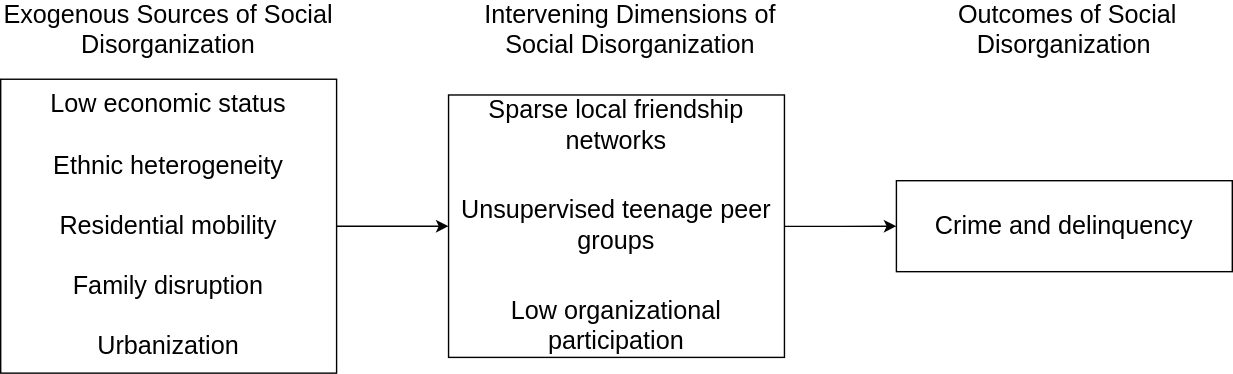
Before: assests/sampson_grover_causal_model.svg, a diagram exported from draw.io (cllghn/sdt). Source tidied: cells renumbered, new cells last; positions are measured from the earlier drawing's top-left corner, leaving out a move shared by most shapes.
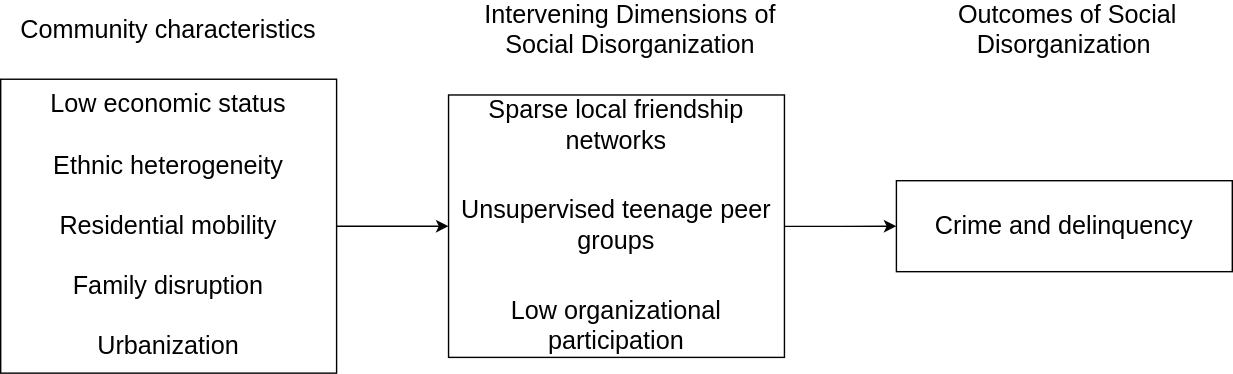
The same file after the commit.

Diff of the diagram source:
```diff
@@ -17,7 +17,7 @@
     <mxCell id="6" value="&lt;div&gt;&lt;font style=&quot;font-size: 18px;&quot;&gt;Crime and delinquency&lt;/font&gt;&lt;/div&gt;" style="rounded=0;whiteSpace=wrap;html=1;" parent="1" vertex="1">
       <mxGeometry x="640" y="122.5" width="240" height="65" as="geometry" />
     </mxCell>
-    <mxCell id="7" value="&lt;font style=&quot;font-size: 18px;&quot;&gt;Exogenous Sources of Social Disorganization&lt;/font&gt;" style="text;html=1;strokeColor=none;fillColor=none;align=center;verticalAlign=middle;whiteSpace=wrap;rounded=0;" parent="1" vertex="1">
+    <mxCell id="7" value="&lt;font style=&quot;font-size: 18px;&quot;&gt;Community characteristics&lt;/font&gt;" style="text;html=1;strokeColor=none;fillColor=none;align=center;verticalAlign=middle;whiteSpace=wrap;rounded=0;" parent="1" vertex="1">
       <mxGeometry width="240" height="30" as="geometry" />
     </mxCell>
     <mxCell id="8" value="&lt;font style=&quot;font-size: 18px;&quot;&gt;&amp;nbsp;Outcomes of Social Disorganization&lt;/font&gt;" style="text;html=1;strokeColor=none;fillColor=none;align=center;verticalAlign=middle;whiteSpace=wrap;rounded=0;" parent="1" vertex="1">
```
